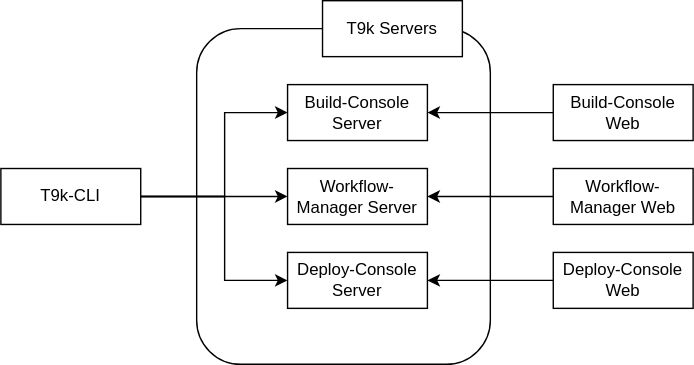
Above: src/assets/tool/tensorstack-cli/architecture.drawio.svg in t9k/ucman (draw.io), before the change. Source tidied: cells renumbered, new cells last; positions are measured from the earlier drawing's top-left corner, leaving out a move shared by most shapes.
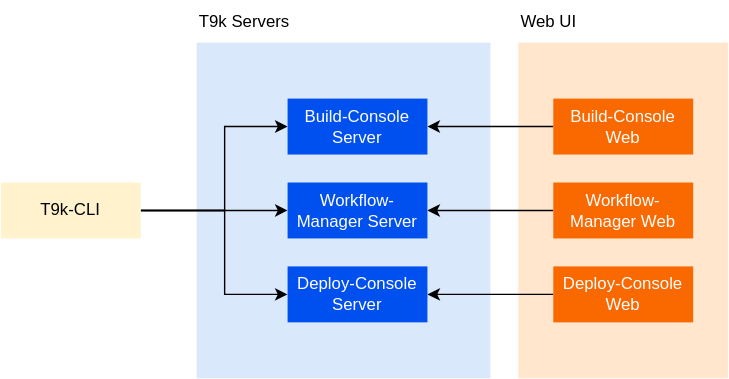
The same file after the commit.

Commit message:
update diagram styles

What changed in the source:
```diff
@@ -2,7 +2,10 @@
   <root>
     <mxCell id="0" />
     <mxCell id="1" parent="0" />
+    <mxCell id="17" style="rounded=0;whiteSpace=wrap;html=1;shadow=0;fillColor=#ffe6cc;strokeColor=none;" parent="1" vertex="1">
+      <mxGeometry x="370" y="20" width="150" height="240" as="geometry" />
+    </mxCell>
-    <mxCell id="2" style="rounded=1;whiteSpace=wrap;html=1;shadow=0;" parent="1" vertex="1">
+    <mxCell id="2" style="rounded=0;whiteSpace=wrap;html=1;shadow=0;fillColor=#dae8fc;strokeColor=none;" parent="1" vertex="1">
       <mxGeometry x="140" y="20" width="210" height="240" as="geometry" />
     </mxCell>
     <mxCell id="3" style="edgeStyle=orthogonalEdgeStyle;rounded=0;jettySize=auto;html=1;exitX=1;exitY=0.5;exitDx=0;exitDy=0;entryX=0;entryY=0.5;entryDx=0;entryDy=0;" parent="1" edge="1" source="6" target="8">
@@ -24,38 +27,41 @@
     <mxCell id="5" style="edgeStyle=orthogonalEdgeStyle;rounded=0;jettySize=auto;html=1;exitX=1;exitY=0.5;exitDx=0;exitDy=0;" parent="1" edge="1" source="6" target="9">
       <mxGeometry relative="1" as="geometry" />
     </mxCell>
-    <mxCell id="6" value="T9k-CLI" style="whiteSpace=wrap;html=1;shadow=0;" parent="1" vertex="1">
+    <mxCell id="6" value="T9k-CLI" style="whiteSpace=wrap;html=1;shadow=0;fillColor=#fff2cc;strokeColor=none;" parent="1" vertex="1">
       <mxGeometry y="120" width="100" height="40" as="geometry" />
     </mxCell>
-    <mxCell id="7" value="T9k Servers" style="whiteSpace=wrap;html=1;shadow=0;" parent="1" vertex="1">
-      <mxGeometry x="230" width="100" height="40" as="geometry" />
-    </mxCell>
-    <mxCell id="8" value="Build-Console Server" style="whiteSpace=wrap;html=1;shadow=0;" parent="1" vertex="1">
+    <mxCell id="8" value="Build-Console Server" style="whiteSpace=wrap;html=1;shadow=0;fillColor=#0050ef;fontColor=#ffffff;strokeColor=none;" parent="1" vertex="1">
       <mxGeometry x="205" y="60" width="100" height="40" as="geometry" />
     </mxCell>
-    <mxCell id="9" value="Workflow-Manager Server" style="whiteSpace=wrap;html=1;shadow=0;" parent="1" vertex="1">
+    <mxCell id="9" value="Workflow-Manager Server" style="whiteSpace=wrap;html=1;shadow=0;fillColor=#0050ef;fontColor=#ffffff;strokeColor=none;" parent="1" vertex="1">
       <mxGeometry x="205" y="120" width="100" height="40" as="geometry" />
     </mxCell>
-    <mxCell id="10" value="Deploy-Console Server" style="whiteSpace=wrap;html=1;shadow=0;" parent="1" vertex="1">
+    <mxCell id="10" value="Deploy-Console Server" style="whiteSpace=wrap;html=1;shadow=0;fillColor=#0050ef;fontColor=#ffffff;strokeColor=none;" parent="1" vertex="1">
       <mxGeometry x="205" y="180" width="100" height="40" as="geometry" />
     </mxCell>
     <mxCell id="11" style="edgeStyle=orthogonalEdgeStyle;rounded=0;jettySize=auto;html=1;exitX=0;exitY=0.5;exitDx=0;exitDy=0;" parent="1" edge="1" source="12" target="8">
       <mxGeometry relative="1" as="geometry" />
     </mxCell>
-    <mxCell id="12" value="Build-Console Web" style="whiteSpace=wrap;html=1;shadow=0;" parent="1" vertex="1">
+    <mxCell id="12" value="Build-Console Web" style="whiteSpace=wrap;html=1;shadow=0;fillColor=#fa6800;strokeColor=none;fontColor=#FFFFFF;" parent="1" vertex="1">
       <mxGeometry x="395" y="60" width="100" height="40" as="geometry" />
     </mxCell>
     <mxCell id="13" style="edgeStyle=orthogonalEdgeStyle;rounded=0;jettySize=auto;html=1;exitX=0;exitY=0.5;exitDx=0;exitDy=0;entryX=1;entryY=0.5;entryDx=0;entryDy=0;" parent="1" edge="1" source="14" target="9">
       <mxGeometry relative="1" as="geometry" />
     </mxCell>
-    <mxCell id="14" value="Workflow-Manager&amp;nbsp;Web" style="whiteSpace=wrap;html=1;shadow=0;" parent="1" vertex="1">
+    <mxCell id="14" value="Workflow-Manager&amp;nbsp;Web" style="whiteSpace=wrap;html=1;shadow=0;fillColor=#fa6800;strokeColor=none;fontColor=#FFFFFF;" parent="1" vertex="1">
       <mxGeometry x="395" y="120" width="100" height="40" as="geometry" />
     </mxCell>
     <mxCell id="15" style="edgeStyle=orthogonalEdgeStyle;rounded=0;jettySize=auto;html=1;exitX=0;exitY=0.5;exitDx=0;exitDy=0;entryX=1;entryY=0.5;entryDx=0;entryDy=0;" parent="1" edge="1" source="16" target="10">
       <mxGeometry relative="1" as="geometry" />
     </mxCell>
-    <mxCell id="16" value="Deploy-Console Web" style="whiteSpace=wrap;html=1;shadow=0;" parent="1" vertex="1">
+    <mxCell id="16" value="Deploy-Console Web" style="whiteSpace=wrap;html=1;shadow=0;fillColor=#fa6800;strokeColor=none;fontColor=#FFFFFF;" parent="1" vertex="1">
       <mxGeometry x="395" y="180" width="100" height="40" as="geometry" />
     </mxCell>
+    <mxCell id="7" value="T9k Servers" style="text;html=1;strokeColor=none;fillColor=none;align=left;verticalAlign=middle;whiteSpace=wrap;rounded=0;" parent="1" vertex="1">
+      <mxGeometry x="140" y="-10" width="125" height="30" as="geometry" />
+    </mxCell>
+    <mxCell id="18" value="Web UI" style="text;html=1;strokeColor=none;fillColor=none;align=left;verticalAlign=middle;whiteSpace=wrap;rounded=0;" parent="1" vertex="1">
+      <mxGeometry x="370" y="-10" width="125" height="30" as="geometry" />
+    </mxCell>
   </root>
 </mxGraphModel>
```
